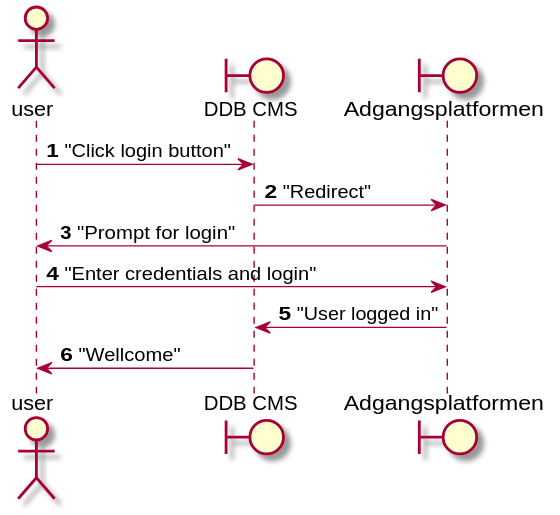
Earlier version of the PlantUML export docs/test.svg (rolfmadsen/plantuml). The source it was exported from:
```plantuml
@startuml
autonumber

actor user
boundary "DDB CMS" as cms
boundary "Adgangsplatformen" as login

user -> cms : "Click login button"
cms -> login : "Redirect"
login -> user : "Prompt for login"
user -> login : "Enter credentials and login"
login -> cms : "User logged in"
cms -> user : "Wellcome"
@enduml
```
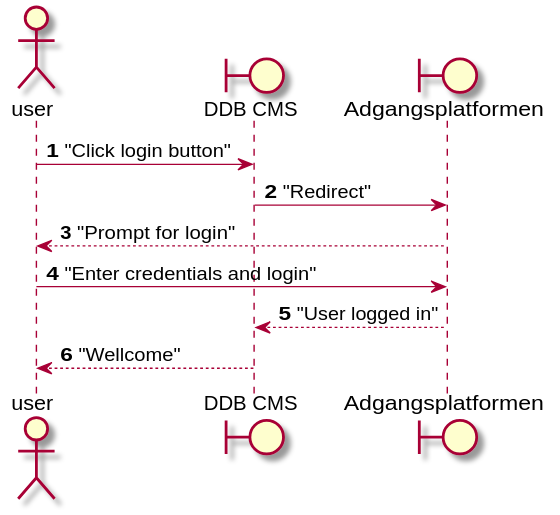
The same file after the commit.

The edit, as a diff of the source:
```diff
@@ -7,8 +7,8 @@
 
 user -> cms : "Click login button"
 cms -> login : "Redirect"
-login -> user : "Prompt for login"
+login --> user : "Prompt for login"
 user -> login : "Enter credentials and login"
-login -> cms : "User logged in"
-cms -> user : "Wellcome"
+login --> cms : "User logged in"
+cms --> user : "Wellcome"
 @enduml
```
